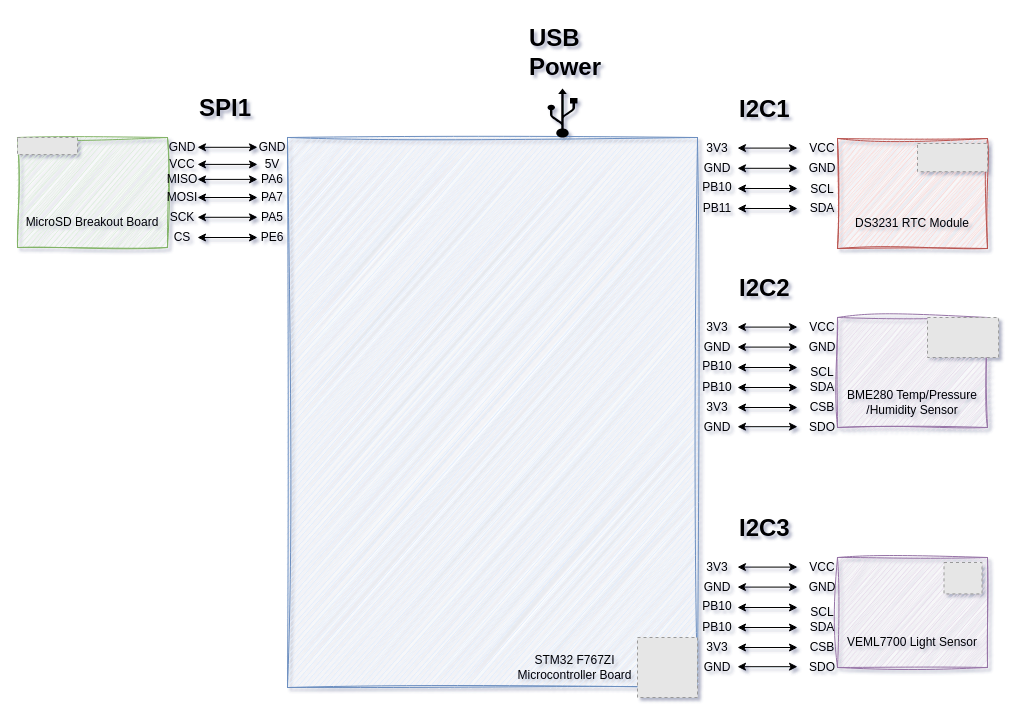
Earlier version of the draw.io diagram page "Block Diagram" (1 of 5) of tinyml_home_weather_forecasting.drawio (rishi-latchmepersad/TinyML-Home-Weather-Forecasting). Source tidied: cells renumbered, new cells numbered last; positions are measured from the earlier drawing's top-left corner, leaving out a move shared by most shapes. Both pictures are drawn from the tidied source at 100%, with x=0, y=0 at pixel (17, 17). Pictures stored in the file or linked from it are replaced by grey dashed boxes.
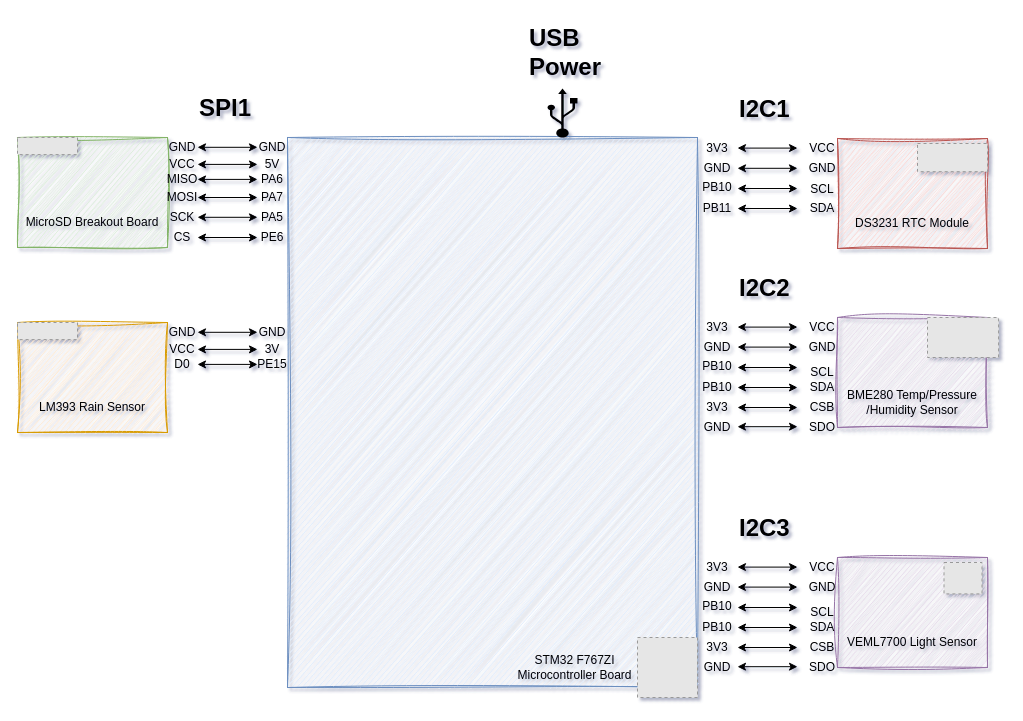
The same diagram, later.

The edit, as a diff of the source:
```diff
@@
+    <mxCell id="89" style="rounded=0;whiteSpace=wrap;html=1;fillColor=#ffe6cc;strokeColor=#d79b00;sketch=1;curveFitting=1;jiggle=2;" parent="1" vertex="1">
+      <mxGeometry y="305" width="150" height="110" as="geometry" />
+    </mxCell>
+    <mxCell id="90" value="LM393 Rain Sensor" style="text;html=1;align=center;verticalAlign=middle;whiteSpace=wrap;rounded=0;fillColor=none;" parent="1" vertex="1">
+      <mxGeometry y="365" width="150" height="50" as="geometry" />
+    </mxCell>
+    <mxCell id="91" value="D0" style="text;html=1;align=center;verticalAlign=middle;whiteSpace=wrap;rounded=0;" parent="1" vertex="1">
+      <mxGeometry x="150" y="342.1" width="30" height="10" as="geometry" />
+    </mxCell>
+    <mxCell id="92" value="GND" style="text;html=1;align=center;verticalAlign=middle;whiteSpace=wrap;rounded=0;" parent="1" vertex="1">
+      <mxGeometry x="150" y="305" width="30" height="20" as="geometry" />
+    </mxCell>
+    <mxCell id="93" value="VCC" style="text;html=1;align=center;verticalAlign=middle;whiteSpace=wrap;rounded=0;" parent="1" vertex="1">
+      <mxGeometry x="150" y="322.1" width="30" height="20" as="geometry" />
+    </mxCell>
+    <mxCell id="94" style="fillColor=#E6E6E6;strokeColor=#999999;dashed=1;verticalLabelPosition=bottom;labelBackgroundColor=default;verticalAlign=top;" parent="1" vertex="1">
+      <mxGeometry y="305" width="60" height="17.1" as="geometry" />
+    </mxCell>
+    <mxCell id="95" value="PE15" style="text;html=1;align=center;verticalAlign=middle;whiteSpace=wrap;rounded=0;" parent="1" vertex="1">
+      <mxGeometry x="240" y="342.1" width="30" height="10" as="geometry" />
+    </mxCell>
+    <mxCell id="96" value="GND" style="text;html=1;align=center;verticalAlign=middle;whiteSpace=wrap;rounded=0;" parent="1" vertex="1">
+      <mxGeometry x="240" y="305" width="30" height="20" as="geometry" />
+    </mxCell>
+    <mxCell id="97" value="3V" style="text;html=1;align=center;verticalAlign=middle;whiteSpace=wrap;rounded=0;" parent="1" vertex="1">
+      <mxGeometry x="240" y="322.1" width="30" height="20" as="geometry" />
+    </mxCell>
+    <mxCell id="98" style="endArrow=classic;startArrow=classic;html=1;rounded=0;" parent="1" edge="1">
+      <mxGeometry relative="1" as="geometry">
+        <mxPoint x="180" y="314.8" as="sourcePoint" />
+        <mxPoint x="240" y="314.8" as="targetPoint" />
+      </mxGeometry>
+    </mxCell>
+    <mxCell id="99" style="endArrow=classic;startArrow=classic;html=1;rounded=0;" parent="1" edge="1">
+      <mxGeometry relative="1" as="geometry">
+        <mxPoint x="180" y="331.9" as="sourcePoint" />
+        <mxPoint x="240" y="331.9" as="targetPoint" />
+      </mxGeometry>
+    </mxCell>
+    <mxCell id="100" style="endArrow=classic;startArrow=classic;html=1;rounded=0;" parent="1" edge="1">
+      <mxGeometry relative="1" as="geometry">
+        <mxPoint x="180" y="346.9" as="sourcePoint" />
+        <mxPoint x="240" y="346.9" as="targetPoint" />
+      </mxGeometry>
+    </mxCell>
```
